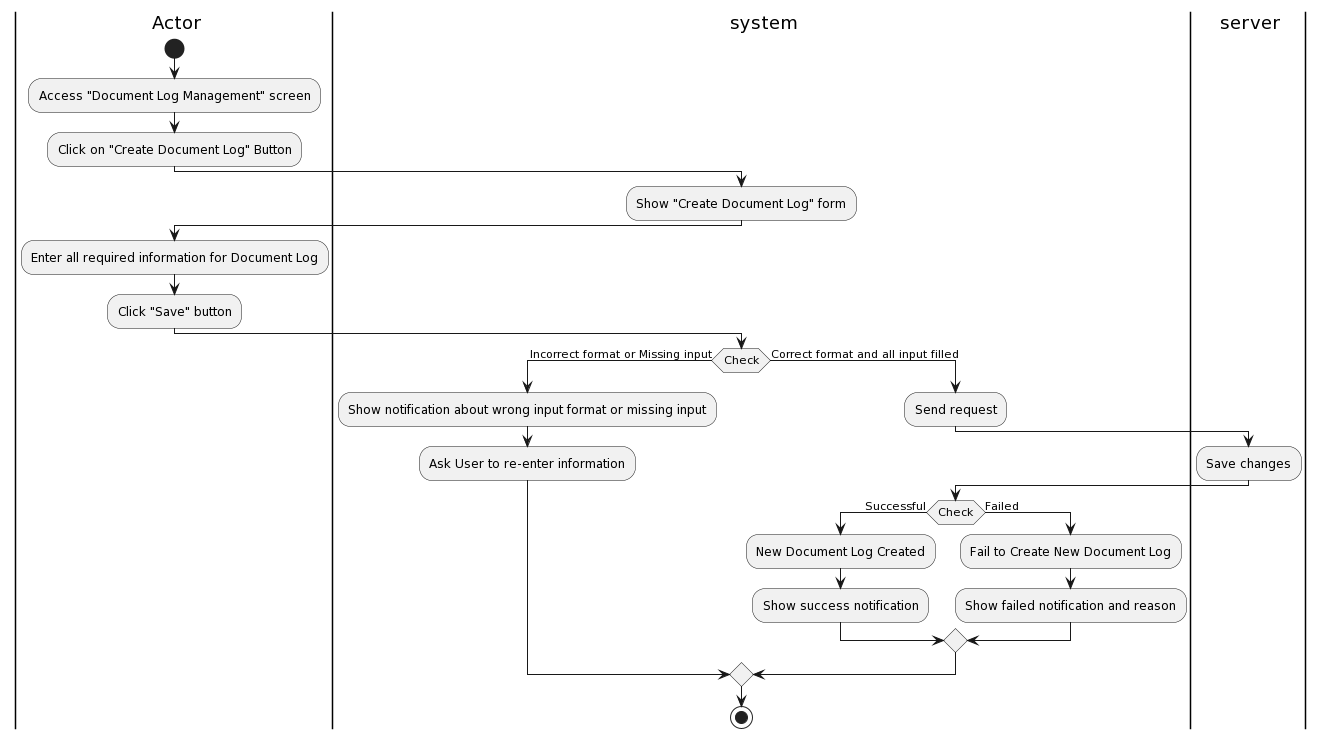
Before: Lab1/Lab1.2/Activity Diagram/DocumentLog/CreateDocumentLog/CreateDocumentLog.png, a diagram exported from PlantUML (khoapham1003/SE357-Pratice-class).
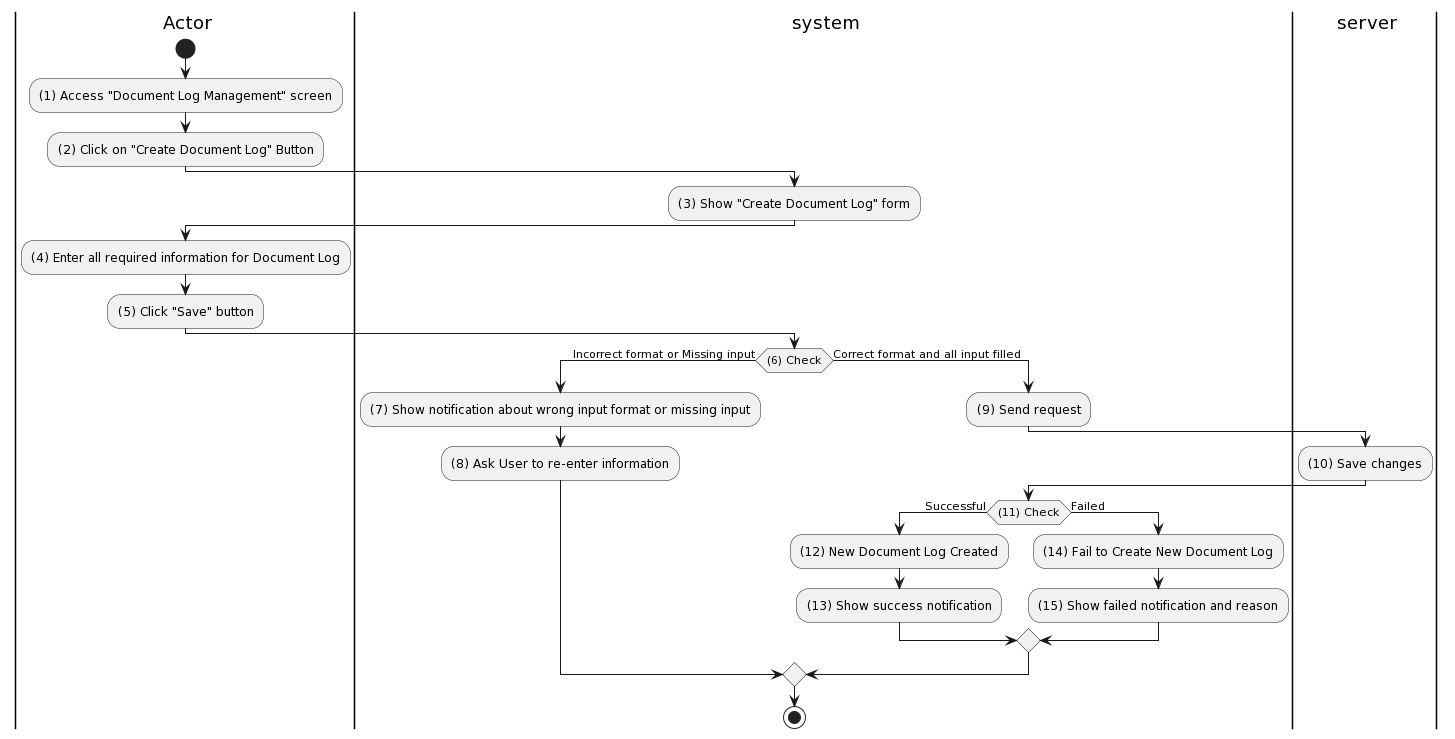
Later version of the same file.

The edit, as a diff of the source:
```diff
@@ -4,28 +4,28 @@
 |ser| server
 |a|
 start
-:Access "Document Log Management" screen;
-:Click on "Create Document Log" Button;
+:(1) Access "Document Log Management" screen;
+:(2) Click on "Create Document Log" Button;
 |sys|
-:Show "Create Document Log" form;
+:(3) Show "Create Document Log" form;
 |a|
-:Enter all required information for Document Log;
-:Click "Save" button;
+:(4) Enter all required information for Document Log;
+:(5) Click "Save" button;
 |sys|
-if(Check) then (Incorrect format or Missing input)
-:Show notification about wrong input format or missing input;
-:Ask User to re-enter information;
+if((6) Check) then (Incorrect format or Missing input)
+:(7) Show notification about wrong input format or missing input;
+:(8) Ask User to re-enter information;
 else (Correct format and all input filled)
-:Send request;
+:(9) Send request;
 |ser|
-:Save changes;
+:(10) Save changes;
 |sys|
-if(Check) then (Successful)
-:New Document Log Created;
-:Show success notification;
+if((11) Check) then (Successful)
+:(12) New Document Log Created;
+:(13) Show success notification;
 else (Failed)
-:Fail to Create New Document Log;
-:Show failed notification and reason;
+:(14) Fail to Create New Document Log;
+:(15) Show failed notification and reason;
 endif
 endif
 
```
